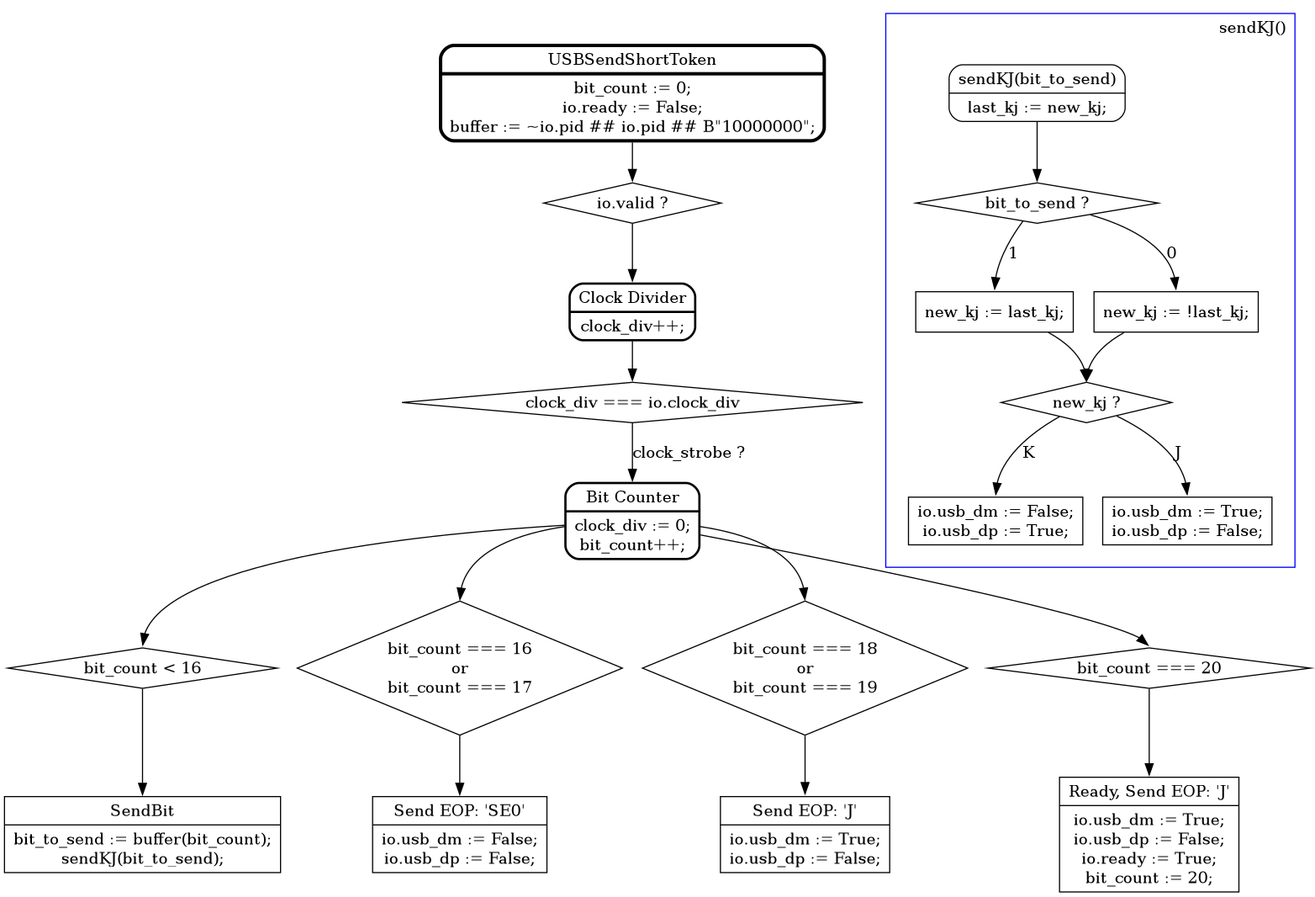
This is doc/graphs/USB10/USBSendShortToken.png from pointcheck/KarnixSOC, a Graphviz export, as it was before one commit. Its source is kept beside it as doc/graphs/USB10/USBSendShortToken.dot.
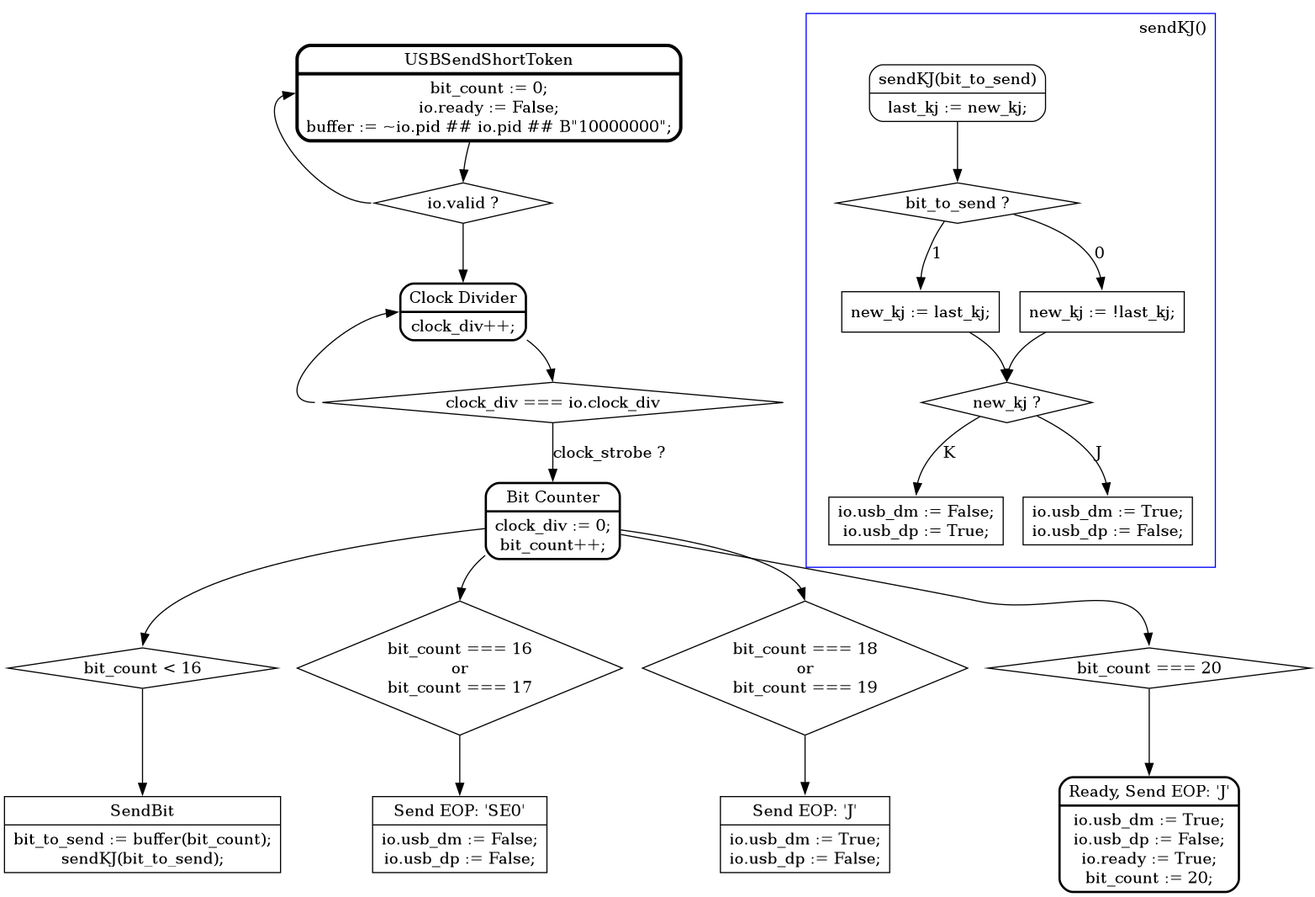
The same diagram one commit later.

The edit, as a diff of the source:
```diff
@@ -7,10 +7,12 @@
 
 
 	Init [penwidth=3, label = "{USBSendShortToken|bit_count := 0;\nio.ready := False;\nbuffer := ~io.pid ## io.pid ## B\"10000000\";}"];
-	Init -> Valid_box; Valid_box [shape = diamond, label = "io.valid ?"];
-	Valid_box -> ClockDiv; ClockDiv [penwidth=2, label = "{Clock Divider|clock_div++;}"];
-	ClockDiv -> Strobe_box; Strobe_box [shape = diamond, label = "clock_div === io.clock_div"];
+	Init -> Valid_box:n; Valid_box [shape = diamond, label = "io.valid ?"];
+	Valid_box -> ClockDiv:n; ClockDiv [penwidth=2, label = "{Clock Divider|clock_div++;}"];
+	ClockDiv -> Strobe_box:n; Strobe_box [shape = diamond, label = "clock_div === io.clock_div"];
 	Strobe_box -> CountBits[label = "clock_strobe ?"]; CountBits [penwidth=2, label = "{Bit Counter|clock_div := 0;\nbit_count++;}"];
+	Valid_box:w -> Init:w;
+	Strobe_box:w -> ClockDiv:w;
 
 	CountBits -> LessThan16_box:n; LessThan16_box [shape = diamond, label = "bit_count < 16"];
 	LessThan16_box -> SendBit; SendBit [shape = record, label = "{SendBit|bit_to_send := buffer(bit_count);\nsendKJ(bit_to_send);}"];
@@ -20,7 +22,7 @@
 	CountBits -> Is1819_box:n; Is1819_box [shape = diamond, label = "bit_count === 18\nor\nbit_count === 19"];
 	Is1819_box -> Is1819:n; Is1819 [shape = record, label = "{Send EOP: 'J'|io.usb_dm := True;\nio.usb_dp := False;}"];
 
-	CountBits -> Is20:n; Is20 [shape = diamond, label = "bit_count === 20"]; Is20 -> Is20_box; Is20_box [shape = record, label = "{Ready, Send EOP: 'J'|io.usb_dm := True;\nio.usb_dp := False;\nio.ready := True;\nbit_count := 20;}"];
+	CountBits -> Is20:n; Is20 [shape = diamond, label = "bit_count === 20"]; Is20 -> Is20_box; Is20_box [penwidth=2, shape = Mrecord, label = "{Ready, Send EOP: 'J'|io.usb_dm := True;\nio.usb_dp := False;\nio.ready := True;\nbit_count := 20;}"];
 
 	subgraph cluster_1 {
 
```
